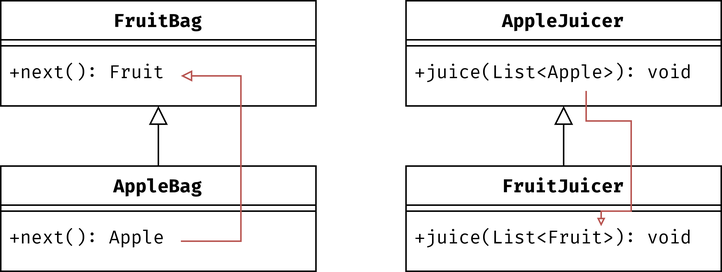
Earlier version of the draw.io export AP - Advanced Programming/images/variance2.png (frenzis01/UniPi-Notes). Source tidied: cells renumbered, new cells last; positions are measured from the earlier drawing's top-left corner, leaving out a move shared by most shapes.
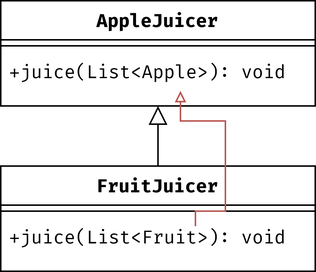
Above is the later version.

The edit, as a diff of the source:
```diff
@@ -1,69 +1,38 @@
 <mxGraphModel>
   <root>
-    <mxCell id="0" />
-    <mxCell id="1" parent="0" />
-    <mxCell id="2" value="FruitBag" style="swimlane;fontStyle=1;align=center;verticalAlign=top;horizontal=1;startSize=26;rounded=0;shadow=0;strokeWidth=1;fontFamily=Fira Code;" parent="1" vertex="1">
-      <mxGeometry width="210" height="70" as="geometry" />
-    </mxCell>
-    <mxCell id="3" style="line;html=1;strokeWidth=1;align=left;verticalAlign=middle;spacingTop=-1;spacingLeft=3;spacingRight=3;labelPosition=right;" parent="2" vertex="1">
-      <mxGeometry y="26" width="210" height="8" as="geometry" />
-    </mxCell>
-    <mxCell id="4" value="+next(): Fruit" style="text;align=left;verticalAlign=top;spacingLeft=4;spacingRight=4;overflow=hidden;fontFamily=Fira Code;" parent="2" vertex="1">
-      <mxGeometry y="34" width="210" height="36" as="geometry" />
-    </mxCell>
-    <mxCell id="5" value="AppleBag" style="swimlane;fontStyle=1;align=center;verticalAlign=top;horizontal=1;startSize=26;rounded=0;shadow=0;strokeWidth=1;fontFamily=Fira Code;" parent="1" vertex="1">
-      <mxGeometry y="110" width="210" height="70" as="geometry" />
-    </mxCell>
-    <mxCell id="6" style="line;html=1;strokeWidth=1;align=left;verticalAlign=middle;spacingTop=-1;spacingLeft=3;spacingRight=3;labelPosition=right;" parent="5" vertex="1">
-      <mxGeometry y="26" width="210" height="8" as="geometry" />
-    </mxCell>
-    <mxCell id="7" value="+next(): Apple" style="text;align=left;verticalAlign=top;spacingLeft=4;spacingRight=4;overflow=hidden;fontFamily=Fira Code;" parent="5" vertex="1">
-      <mxGeometry y="34" width="210" height="26" as="geometry" />
-    </mxCell>
-    <mxCell id="8" style="endArrow=block;endSize=10;endFill=0;shadow=0;strokeWidth=1;rounded=0;curved=0;edgeStyle=elbowEdgeStyle;elbow=vertical;" parent="1" edge="1" source="5" target="2">
-      <mxGeometry relative="1" as="geometry" />
-    </mxCell>
+    <mxCell id="18" />
+    <mxCell id="19" parent="18" />
-    <mxCell id="9" value="AppleJuicer" style="swimlane;fontStyle=1;align=center;verticalAlign=top;horizontal=1;startSize=26;rounded=0;shadow=0;strokeWidth=1;fontFamily=Fira Code;" parent="1" vertex="1">
+    <mxCell id="9" value="AppleJuicer" style="swimlane;fontStyle=1;align=center;verticalAlign=top;horizontal=1;startSize=26;rounded=0;shadow=0;strokeWidth=1;fontFamily=Fira Code;" parent="19" vertex="1">
       <mxGeometry x="270" width="210" height="70" as="geometry" />
     </mxCell>
-    <mxCell id="10" style="line;html=1;strokeWidth=1;align=left;verticalAlign=middle;spacingTop=-1;spacingLeft=3;spacingRight=3;labelPosition=right;" parent="9" vertex="1">
-      <mxGeometry y="26" width="210" height="8" as="geometry" />
-    </mxCell>
+    <mxCell id="20" style="line;html=1;strokeWidth=1;align=left;verticalAlign=middle;spacingTop=-1;spacingLeft=3;spacingRight=3;labelPosition=right;" parent="9" vertex="1">
+      <mxGeometry y="26" width="210" height="8" as="geometry" />
+    </mxCell>
     <mxCell id="11" value="+juice(List&lt;Apple&gt;): void" style="text;align=left;verticalAlign=top;spacingLeft=4;spacingRight=4;overflow=hidden;fontFamily=Fira Code;" parent="9" vertex="1">
       <mxGeometry y="34" width="210" height="36" as="geometry" />
     </mxCell>
-    <mxCell id="12" value="FruitJuicer" style="swimlane;fontStyle=1;align=center;verticalAlign=top;horizontal=1;startSize=26;rounded=0;shadow=0;strokeWidth=1;fontFamily=Fira Code;" parent="1" vertex="1">
+    <mxCell id="12" value="FruitJuicer" style="swimlane;fontStyle=1;align=center;verticalAlign=top;horizontal=1;startSize=26;rounded=0;shadow=0;strokeWidth=1;fontFamily=Fira Code;" parent="19" vertex="1">
       <mxGeometry x="270" y="110" width="210" height="70" as="geometry" />
     </mxCell>
-    <mxCell id="13" style="line;html=1;strokeWidth=1;align=left;verticalAlign=middle;spacingTop=-1;spacingLeft=3;spacingRight=3;labelPosition=right;" parent="12" vertex="1">
-      <mxGeometry y="26" width="210" height="8" as="geometry" />
-    </mxCell>
+    <mxCell id="21" style="line;html=1;strokeWidth=1;align=left;verticalAlign=middle;spacingTop=-1;spacingLeft=3;spacingRight=3;labelPosition=right;" parent="12" vertex="1">
+      <mxGeometry y="26" width="210" height="8" as="geometry" />
+    </mxCell>
     <mxCell id="14" value="+juice(List&lt;Fruit&gt;): void" style="text;align=left;verticalAlign=top;spacingLeft=4;spacingRight=4;overflow=hidden;points=[[0,0.5],[1,0.5]];portConstraint=eastwest;fontFamily=Fira Code;" parent="12" vertex="1">
       <mxGeometry y="34" width="210" height="26" as="geometry" />
     </mxCell>
-    <mxCell id="15" style="endArrow=block;endSize=10;endFill=0;shadow=0;strokeWidth=1;rounded=0;curved=0;edgeStyle=elbowEdgeStyle;elbow=vertical;" parent="1" edge="1" source="12" target="9">
+    <mxCell id="15" style="endArrow=block;endSize=10;endFill=0;shadow=0;strokeWidth=1;rounded=0;curved=0;edgeStyle=elbowEdgeStyle;elbow=vertical;" parent="19" edge="1" source="12" target="9">
       <mxGeometry relative="1" as="geometry" />
     </mxCell>
-    <mxCell id="16" style="endArrow=none;endSize=5;endFill=0;shadow=0;strokeWidth=1;rounded=0;edgeStyle=orthogonalEdgeStyle;elbow=vertical;spacing=1;startSize=3;fillColor=#f8cecc;strokeColor=#b85450;exitX=0.619;exitY=0.231;exitDx=0;exitDy=0;exitPerimeter=0;startArrow=block;startFill=0;" parent="1" edge="1" source="14">
-      <mxGeometry relative="1" as="geometry">
-        <mxPoint x="390" y="60" as="targetPoint" />
-        <Array as="points">
-          <mxPoint x="400" y="140" />
-          <mxPoint x="420" y="140" />
-          <mxPoint x="420" y="80" />
-          <mxPoint x="390" y="80" />
-        </Array>
-      </mxGeometry>
-    </mxCell>
-    <mxCell id="17" style="endArrow=block;endSize=5;endFill=0;shadow=0;strokeWidth=1;rounded=0;edgeStyle=orthogonalEdgeStyle;elbow=vertical;spacing=1;startSize=3;fillColor=#f8cecc;strokeColor=#b85450;" parent="1" edge="1">
-      <mxGeometry relative="1" as="geometry">
-        <mxPoint x="120" y="160" as="sourcePoint" />
-        <mxPoint x="120" y="50" as="targetPoint" />
-        <Array as="points">
-          <mxPoint x="160" y="160" />
-          <mxPoint x="160" y="50" />
-        </Array>
-      </mxGeometry>
-    </mxCell>
+    <mxCell id="22" style="endArrow=block;endSize=5;endFill=0;shadow=0;strokeWidth=1;rounded=0;edgeStyle=orthogonalEdgeStyle;elbow=vertical;spacing=1;startSize=3;fillColor=#f8cecc;strokeColor=#b85450;exitX=0.619;exitY=0.231;exitDx=0;exitDy=0;exitPerimeter=0;" parent="19" edge="1" source="14">
+      <mxGeometry relative="1" as="geometry">
+        <mxPoint x="390" y="60" as="targetPoint" />
+        <Array as="points">
+          <mxPoint x="400" y="140" />
+          <mxPoint x="420" y="140" />
+          <mxPoint x="420" y="80" />
+          <mxPoint x="390" y="80" />
+        </Array>
+      </mxGeometry>
+    </mxCell>
   </root>
 </mxGraphModel>
```
